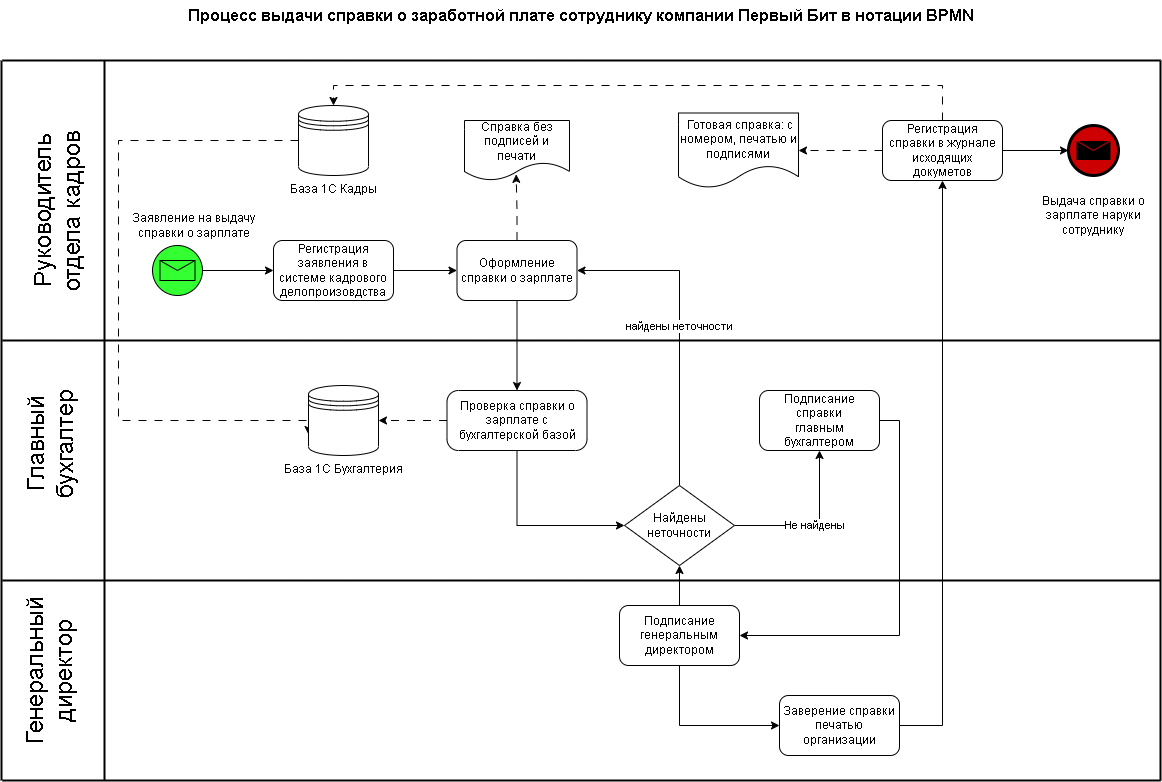
The draw.io diagram 05.Tasks/Task05.png in allseenn/bp, before a commit. Source tidied: cells renumbered, new cells last; positions are measured from the earlier drawing's top-left corner, leaving out a move shared by most shapes.
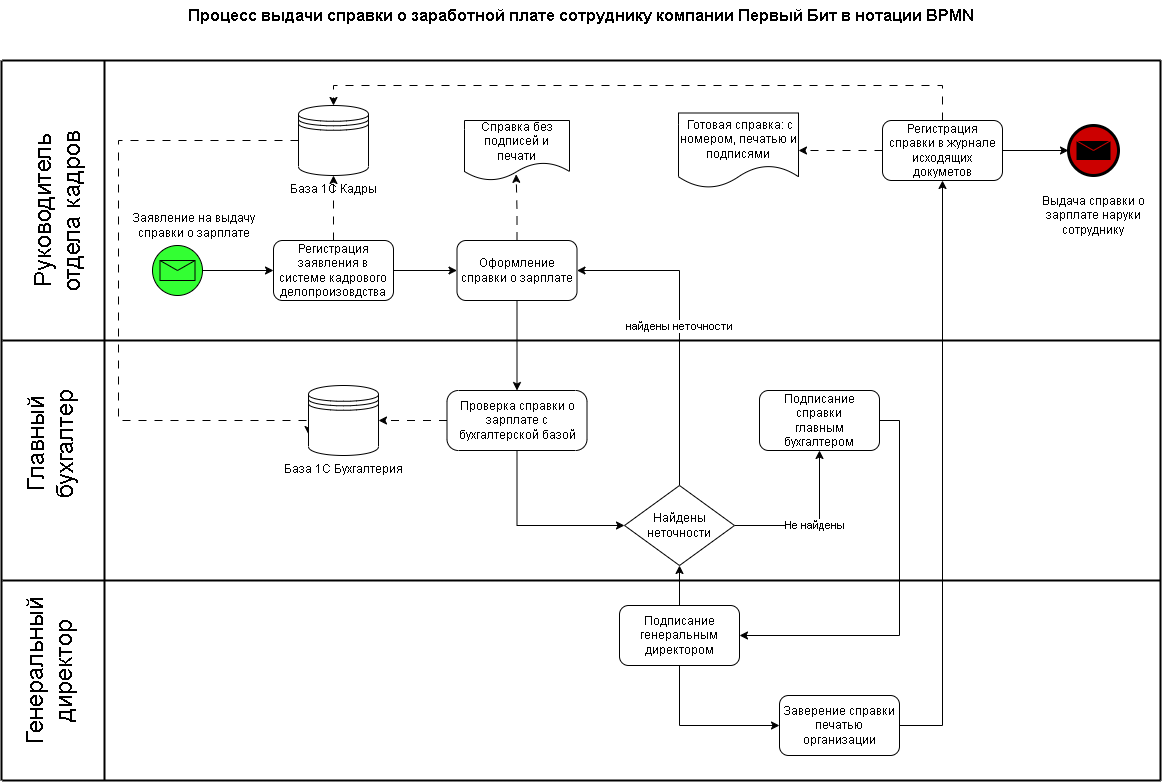
The same file after the commit.

Change to the diagram source:
```diff
@@ -26,6 +26,9 @@
     <mxCell id="9" style="edgeStyle=orthogonalEdgeStyle;rounded=0;jettySize=auto;html=1;exitX=1;exitY=0.5;exitDx=0;exitDy=0;entryX=0;entryY=0.5;entryDx=0;entryDy=0;" parent="1" edge="1" source="10" target="15">
       <mxGeometry relative="1" as="geometry" />
     </mxCell>
+    <mxCell id="45" style="edgeStyle=orthogonalEdgeStyle;rounded=0;jettySize=auto;html=1;exitX=0.5;exitY=0;exitDx=0;exitDy=0;dashed=1;dashPattern=8 8;" parent="1" edge="1" source="10" target="12">
+      <mxGeometry relative="1" as="geometry" />
+    </mxCell>
     <mxCell id="10" value="Регистрация заявления в системе кадрового делопроизовдства" style="rounded=1;whiteSpace=wrap;html=1;" parent="1" vertex="1">
       <mxGeometry x="325" y="240" width="120" height="60" as="geometry" />
     </mxCell>
```
